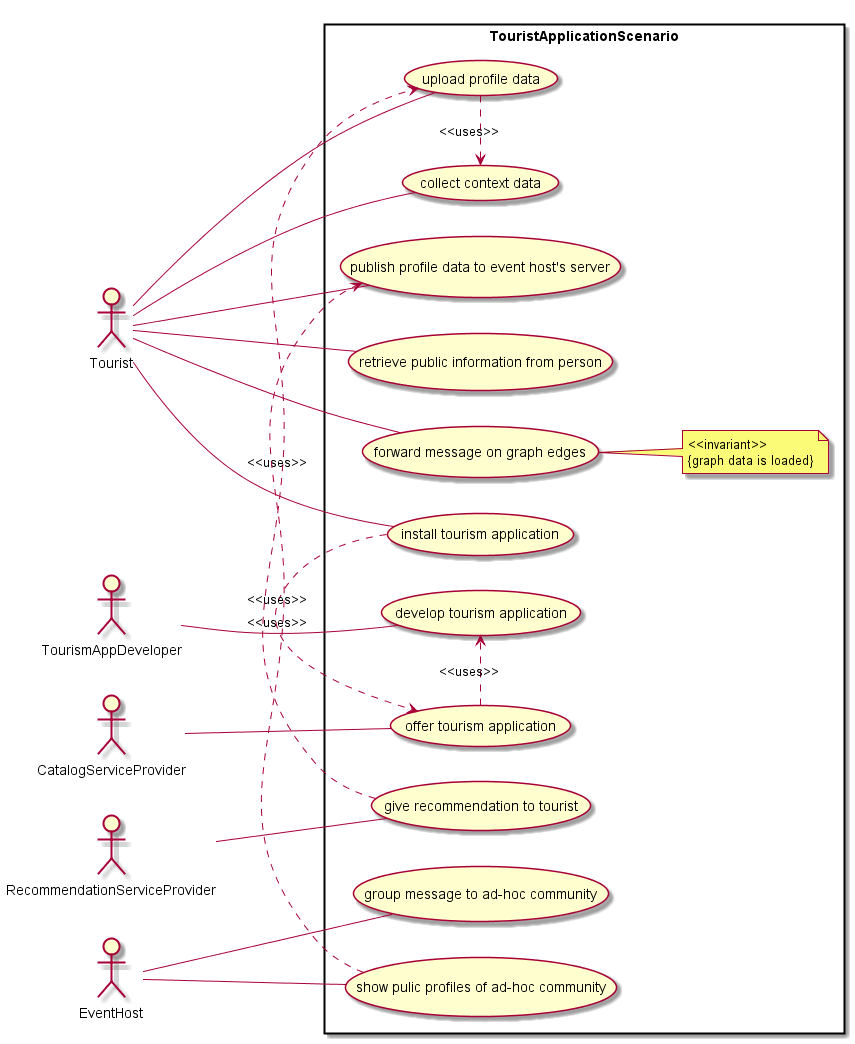
Before: docs/scenarios/tourism-application/TourismScenario.png, a diagram exported from PlantUML (reTHINK-project/scenario-service-implementation).
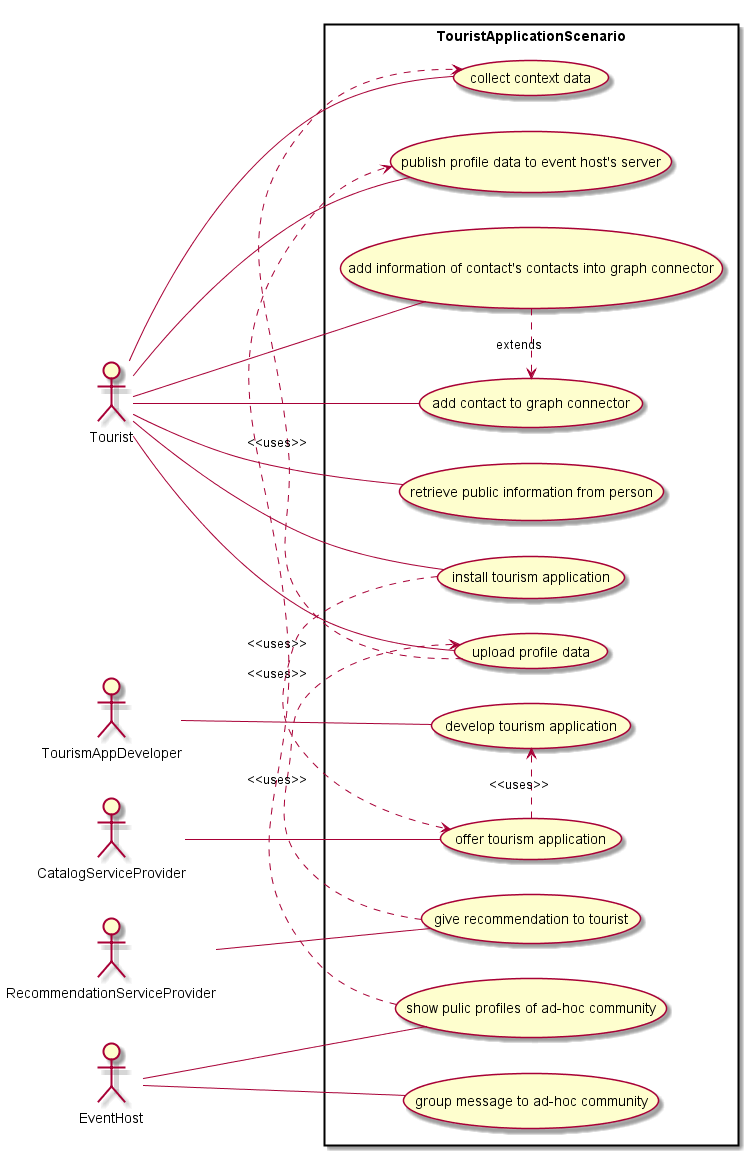
Later version of the same file.

Commit message:
update figures tourism scenario

Change to the diagram source:
```diff
@@ -37,12 +37,10 @@
 EventHost -- (group message to ad-hoc community)
 
 Tourist -- (retrieve public information from person)
-Tourist -- (forward message on graph edges)
+Tourist -- (add contact to graph connector)
+Tourist -- (add information of contact's contacts into graph connector)
+(add information of contact's contacts into graph connector) .> (add contact to graph connector) : extends
 
-note right of (forward message on graph edges)
-<<invariant>>
-{graph data is loaded}
-end note
 
 
 }
```
